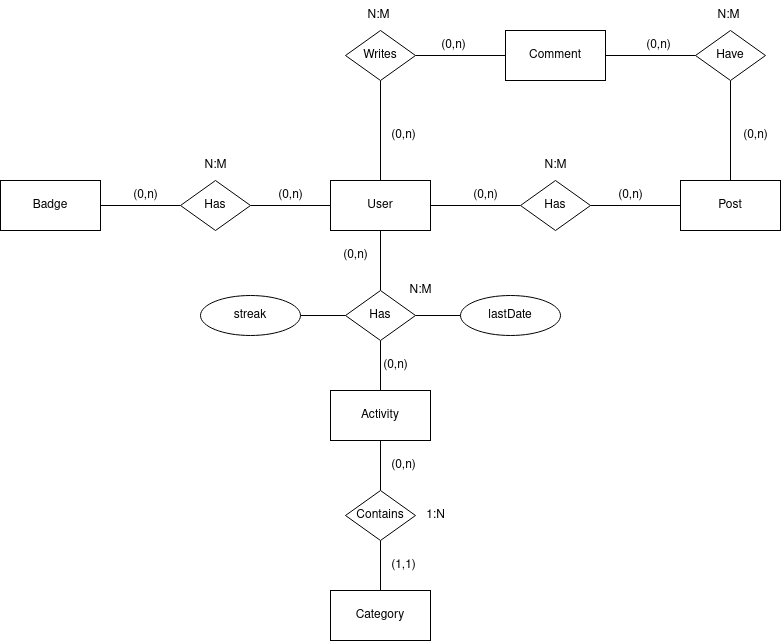
This is documentation/Entity–Relationship Diagram.drawio.png from JonayKB/Routine-Fights, a draw.io export, as it was before one commit. Source tidied: cells renumbered, new cells last; positions are measured from the earlier drawing's top-left corner, leaving out a move shared by most shapes. Source of this version:
```xml
<mxGraphModel>
  <root>
    <mxCell id="0" />
    <mxCell id="1" parent="0" />
    <mxCell id="2" style="edgeStyle=orthogonalEdgeStyle;rounded=0;jettySize=auto;html=1;endArrow=none;endFill=0;" parent="1" edge="1" source="6" target="9">
      <mxGeometry relative="1" as="geometry" />
    </mxCell>
    <mxCell id="3" style="edgeStyle=orthogonalEdgeStyle;rounded=0;jettySize=auto;html=1;endArrow=none;endFill=0;" parent="1" edge="1" source="6" target="12">
      <mxGeometry relative="1" as="geometry" />
    </mxCell>
    <mxCell id="4" style="edgeStyle=orthogonalEdgeStyle;rounded=0;jettySize=auto;html=1;endArrow=none;endFill=0;" parent="1" edge="1" source="6" target="18">
      <mxGeometry relative="1" as="geometry" />
    </mxCell>
    <mxCell id="5" style="edgeStyle=orthogonalEdgeStyle;rounded=0;jettySize=auto;html=1;endArrow=none;endFill=0;" parent="1" edge="1" source="6" target="25">
      <mxGeometry relative="1" as="geometry" />
    </mxCell>
    <mxCell id="6" value="User" style="html=1;dashed=0;whiteSpace=wrap;" parent="1" vertex="1">
      <mxGeometry x="330" y="180" width="100" height="50" as="geometry" />
    </mxCell>
    <mxCell id="7" value="Badge" style="html=1;dashed=0;whiteSpace=wrap;" parent="1" vertex="1">
      <mxGeometry y="180" width="100" height="50" as="geometry" />
    </mxCell>
    <mxCell id="8" style="edgeStyle=orthogonalEdgeStyle;rounded=0;jettySize=auto;html=1;endArrow=none;endFill=0;" parent="1" edge="1" source="9" target="7">
      <mxGeometry relative="1" as="geometry" />
    </mxCell>
    <mxCell id="9" value="Has" style="shape=rhombus;html=1;dashed=0;whiteSpace=wrap;perimeter=rhombusPerimeter;" parent="1" vertex="1">
      <mxGeometry x="180" y="180" width="70" height="50" as="geometry" />
    </mxCell>
    <mxCell id="10" value="Activity" style="html=1;dashed=0;whiteSpace=wrap;" parent="1" vertex="1">
      <mxGeometry x="330" y="390" width="100" height="50" as="geometry" />
    </mxCell>
    <mxCell id="11" style="edgeStyle=orthogonalEdgeStyle;rounded=0;jettySize=auto;html=1;endArrow=none;endFill=0;" parent="1" edge="1" source="12" target="10">
      <mxGeometry relative="1" as="geometry" />
    </mxCell>
    <mxCell id="12" value="Has" style="shape=rhombus;html=1;dashed=0;whiteSpace=wrap;perimeter=rhombusPerimeter;" parent="1" vertex="1">
      <mxGeometry x="345" y="290" width="70" height="50" as="geometry" />
    </mxCell>
    <mxCell id="13" style="edgeStyle=orthogonalEdgeStyle;rounded=0;jettySize=auto;html=1;endArrow=none;endFill=0;" parent="1" edge="1" source="14" target="16">
      <mxGeometry relative="1" as="geometry" />
    </mxCell>
    <mxCell id="14" value="Category" style="html=1;dashed=0;whiteSpace=wrap;" parent="1" vertex="1">
      <mxGeometry x="330" y="590" width="100" height="50" as="geometry" />
    </mxCell>
    <mxCell id="15" style="edgeStyle=orthogonalEdgeStyle;rounded=0;jettySize=auto;html=1;endArrow=none;endFill=0;" parent="1" edge="1" source="16" target="10">
      <mxGeometry relative="1" as="geometry" />
    </mxCell>
    <mxCell id="16" value="Contains" style="shape=rhombus;html=1;dashed=0;whiteSpace=wrap;perimeter=rhombusPerimeter;" parent="1" vertex="1">
      <mxGeometry x="345" y="490" width="70" height="50" as="geometry" />
    </mxCell>
    <mxCell id="17" style="edgeStyle=orthogonalEdgeStyle;rounded=0;jettySize=auto;html=1;endArrow=none;endFill=0;" parent="1" edge="1" source="18" target="20">
      <mxGeometry relative="1" as="geometry" />
    </mxCell>
    <mxCell id="18" value="Has" style="shape=rhombus;html=1;dashed=0;whiteSpace=wrap;perimeter=rhombusPerimeter;" parent="1" vertex="1">
      <mxGeometry x="520" y="180" width="70" height="50" as="geometry" />
    </mxCell>
    <mxCell id="19" style="edgeStyle=orthogonalEdgeStyle;rounded=0;jettySize=auto;html=1;endArrow=none;endFill=0;" parent="1" edge="1" source="20" target="23">
      <mxGeometry relative="1" as="geometry" />
    </mxCell>
    <mxCell id="20" value="Post" style="html=1;dashed=0;whiteSpace=wrap;" parent="1" vertex="1">
      <mxGeometry x="680" y="180" width="100" height="50" as="geometry" />
    </mxCell>
    <mxCell id="21" value="Comment" style="html=1;dashed=0;whiteSpace=wrap;" parent="1" vertex="1">
      <mxGeometry x="505" y="30" width="100" height="50" as="geometry" />
    </mxCell>
    <mxCell id="22" style="edgeStyle=orthogonalEdgeStyle;rounded=0;jettySize=auto;html=1;endArrow=none;endFill=0;" parent="1" edge="1" source="23" target="21">
      <mxGeometry relative="1" as="geometry" />
    </mxCell>
    <mxCell id="23" value="Have" style="shape=rhombus;html=1;dashed=0;whiteSpace=wrap;perimeter=rhombusPerimeter;" parent="1" vertex="1">
      <mxGeometry x="695" y="30" width="70" height="50" as="geometry" />
    </mxCell>
    <mxCell id="24" style="edgeStyle=orthogonalEdgeStyle;rounded=0;jettySize=auto;html=1;endArrow=none;endFill=0;" parent="1" edge="1" source="25" target="21">
      <mxGeometry relative="1" as="geometry" />
    </mxCell>
    <mxCell id="25" value="Writes" style="shape=rhombus;html=1;dashed=0;whiteSpace=wrap;perimeter=rhombusPerimeter;" parent="1" vertex="1">
      <mxGeometry x="345" y="30" width="70" height="50" as="geometry" />
    </mxCell>
    <mxCell id="26" style="edgeStyle=orthogonalEdgeStyle;rounded=0;jettySize=auto;html=1;endArrow=none;endFill=0;" parent="1" edge="1" source="27" target="12">
      <mxGeometry relative="1" as="geometry" />
    </mxCell>
    <mxCell id="27" value="streak" style="ellipse;whiteSpace=wrap;html=1;align=center;" parent="1" vertex="1">
      <mxGeometry x="200" y="295" width="100" height="40" as="geometry" />
    </mxCell>
    <mxCell id="28" style="edgeStyle=orthogonalEdgeStyle;rounded=0;jettySize=auto;html=1;endArrow=none;endFill=0;" parent="1" edge="1" source="29" target="12">
      <mxGeometry relative="1" as="geometry" />
    </mxCell>
    <mxCell id="29" value="lastDate" style="ellipse;whiteSpace=wrap;html=1;align=center;" parent="1" vertex="1">
      <mxGeometry x="460" y="295" width="100" height="40" as="geometry" />
    </mxCell>
    <mxCell id="30" value="(0,n)" style="text;html=1;align=center;verticalAlign=middle;strokeColor=none;fillColor=none;" parent="1" vertex="1">
      <mxGeometry x="265" y="180" width="50" height="30" as="geometry" />
    </mxCell>
    <mxCell id="31" value="(0,n)" style="text;html=1;align=center;verticalAlign=middle;strokeColor=none;fillColor=none;" parent="1" vertex="1">
      <mxGeometry x="120" y="180" width="50" height="30" as="geometry" />
    </mxCell>
    <mxCell id="32" value="N:M" style="text;html=1;align=center;verticalAlign=middle;strokeColor=none;fillColor=none;" parent="1" vertex="1">
      <mxGeometry x="190" y="150" width="50" height="30" as="geometry" />
    </mxCell>
    <mxCell id="33" value="(0,n)" style="text;html=1;align=center;verticalAlign=middle;strokeColor=none;fillColor=none;" parent="1" vertex="1">
      <mxGeometry x="605" y="180" width="50" height="30" as="geometry" />
    </mxCell>
    <mxCell id="34" value="(0,n)" style="text;html=1;align=center;verticalAlign=middle;strokeColor=none;fillColor=none;" parent="1" vertex="1">
      <mxGeometry x="460" y="180" width="50" height="30" as="geometry" />
    </mxCell>
    <mxCell id="35" value="N:M" style="text;html=1;align=center;verticalAlign=middle;strokeColor=none;fillColor=none;" parent="1" vertex="1">
      <mxGeometry x="530" y="150" width="50" height="30" as="geometry" />
    </mxCell>
    <mxCell id="36" value="(0,n)" style="text;html=1;align=center;verticalAlign=middle;strokeColor=none;fillColor=none;" parent="1" vertex="1">
      <mxGeometry x="730" y="120" width="50" height="30" as="geometry" />
    </mxCell>
    <mxCell id="37" value="(0,n)" style="text;html=1;align=center;verticalAlign=middle;strokeColor=none;fillColor=none;" parent="1" vertex="1">
      <mxGeometry x="632.5" y="30" width="50" height="30" as="geometry" />
    </mxCell>
    <mxCell id="38" value="N:M" style="text;html=1;align=center;verticalAlign=middle;strokeColor=none;fillColor=none;" parent="1" vertex="1">
      <mxGeometry x="702.5" width="50" height="30" as="geometry" />
    </mxCell>
    <mxCell id="39" value="(0,n)" style="text;html=1;align=center;verticalAlign=middle;strokeColor=none;fillColor=none;" parent="1" vertex="1">
      <mxGeometry x="428" y="30" width="50" height="30" as="geometry" />
    </mxCell>
    <mxCell id="40" value="(0,n)" style="text;html=1;align=center;verticalAlign=middle;strokeColor=none;fillColor=none;" parent="1" vertex="1">
      <mxGeometry x="378" y="120" width="50" height="30" as="geometry" />
    </mxCell>
    <mxCell id="41" value="N:M" style="text;html=1;align=center;verticalAlign=middle;strokeColor=none;fillColor=none;" parent="1" vertex="1">
      <mxGeometry x="353" width="50" height="30" as="geometry" />
    </mxCell>
    <mxCell id="42" value="(0,n)" style="text;html=1;align=center;verticalAlign=middle;strokeColor=none;fillColor=none;" parent="1" vertex="1">
      <mxGeometry x="370" y="350" width="50" height="30" as="geometry" />
    </mxCell>
    <mxCell id="43" value="(0,n)" style="text;html=1;align=center;verticalAlign=middle;strokeColor=none;fillColor=none;" parent="1" vertex="1">
      <mxGeometry x="330" y="240" width="50" height="30" as="geometry" />
    </mxCell>
    <mxCell id="44" value="N:M" style="text;html=1;align=center;verticalAlign=middle;strokeColor=none;fillColor=none;" parent="1" vertex="1">
      <mxGeometry x="395" y="275" width="50" height="30" as="geometry" />
    </mxCell>
    <mxCell id="45" value="(1,1)" style="text;html=1;align=center;verticalAlign=middle;strokeColor=none;fillColor=none;" parent="1" vertex="1">
      <mxGeometry x="378" y="550" width="50" height="30" as="geometry" />
    </mxCell>
    <mxCell id="46" value="(0,n)" style="text;html=1;align=center;verticalAlign=middle;strokeColor=none;fillColor=none;" parent="1" vertex="1">
      <mxGeometry x="378" y="450" width="50" height="30" as="geometry" />
    </mxCell>
    <mxCell id="47" value="1:N" style="text;html=1;align=center;verticalAlign=middle;strokeColor=none;fillColor=none;" parent="1" vertex="1">
      <mxGeometry x="415" y="500" width="40" height="30" as="geometry" />
    </mxCell>
  </root>
</mxGraphModel>
```
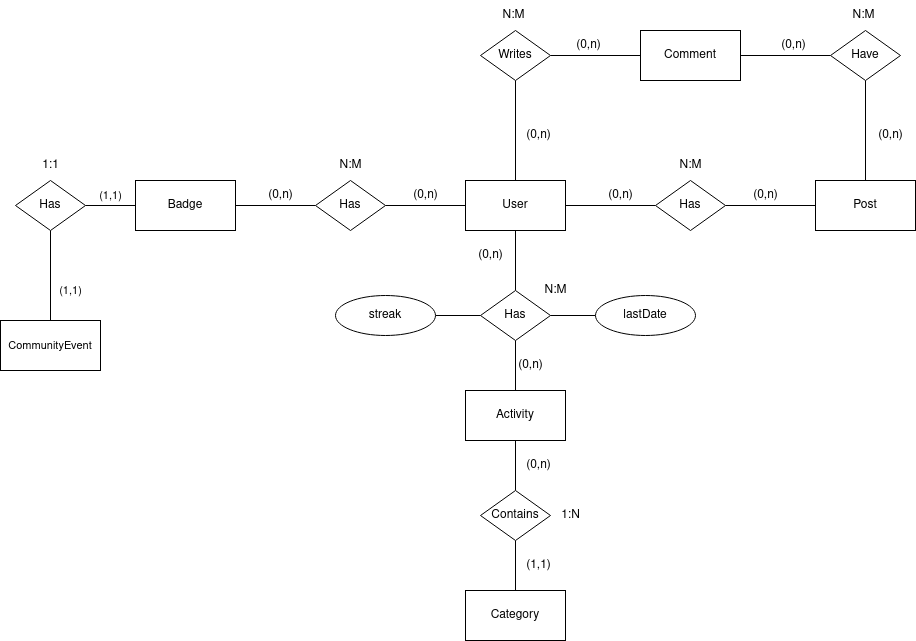
After the commit.

Commit message:
docs(databaseDiagrams): Update of entity Relationship

Change to the diagram source:
```diff
@@ -140,5 +140,26 @@
     <mxCell id="47" value="1:N" style="text;html=1;align=center;verticalAlign=middle;strokeColor=none;fillColor=none;" parent="1" vertex="1">
       <mxGeometry x="415" y="500" width="40" height="30" as="geometry" />
     </mxCell>
+    <mxCell id="48" value="CommunityEvent" style="html=1;dashed=0;whiteSpace=wrap;fontFamily=Helvetica;fontSize=11;fontColor=default;labelBackgroundColor=default;" parent="1" vertex="1">
+      <mxGeometry x="-135" y="320" width="100" height="50" as="geometry" />
+    </mxCell>
+    <mxCell id="49" style="edgeStyle=orthogonalEdgeStyle;shape=connector;rounded=0;jettySize=auto;html=1;strokeColor=default;align=center;verticalAlign=middle;fontFamily=Helvetica;fontSize=11;fontColor=default;labelBackgroundColor=default;endArrow=none;endFill=0;" parent="1" edge="1" source="51" target="7">
+      <mxGeometry relative="1" as="geometry" />
+    </mxCell>
+    <mxCell id="50" style="edgeStyle=orthogonalEdgeStyle;shape=connector;rounded=0;jettySize=auto;html=1;strokeColor=default;align=center;verticalAlign=middle;fontFamily=Helvetica;fontSize=11;fontColor=default;labelBackgroundColor=default;endArrow=none;endFill=0;" parent="1" edge="1" source="51" target="48">
+      <mxGeometry relative="1" as="geometry" />
+    </mxCell>
+    <mxCell id="51" value="Has" style="shape=rhombus;html=1;dashed=0;whiteSpace=wrap;perimeter=rhombusPerimeter;" parent="1" vertex="1">
+      <mxGeometry x="-120" y="180" width="70" height="50" as="geometry" />
+    </mxCell>
+    <mxCell id="52" value="(1,1)" style="text;html=1;align=center;verticalAlign=middle;strokeColor=none;fillColor=none;fontFamily=Helvetica;fontSize=11;fontColor=default;labelBackgroundColor=default;" parent="1" vertex="1">
+      <mxGeometry x="-90" y="275" width="50" height="30" as="geometry" />
+    </mxCell>
+    <mxCell id="53" value="(1,1)" style="text;html=1;align=center;verticalAlign=middle;strokeColor=none;fillColor=none;fontFamily=Helvetica;fontSize=11;fontColor=default;labelBackgroundColor=default;" parent="1" vertex="1">
+      <mxGeometry x="-50" y="180" width="50" height="30" as="geometry" />
+    </mxCell>
+    <mxCell id="54" value="1:1" style="text;html=1;align=center;verticalAlign=middle;strokeColor=none;fillColor=none;" parent="1" vertex="1">
+      <mxGeometry x="-105" y="150" width="40" height="30" as="geometry" />
+    </mxCell>
   </root>
 </mxGraphModel>
```
